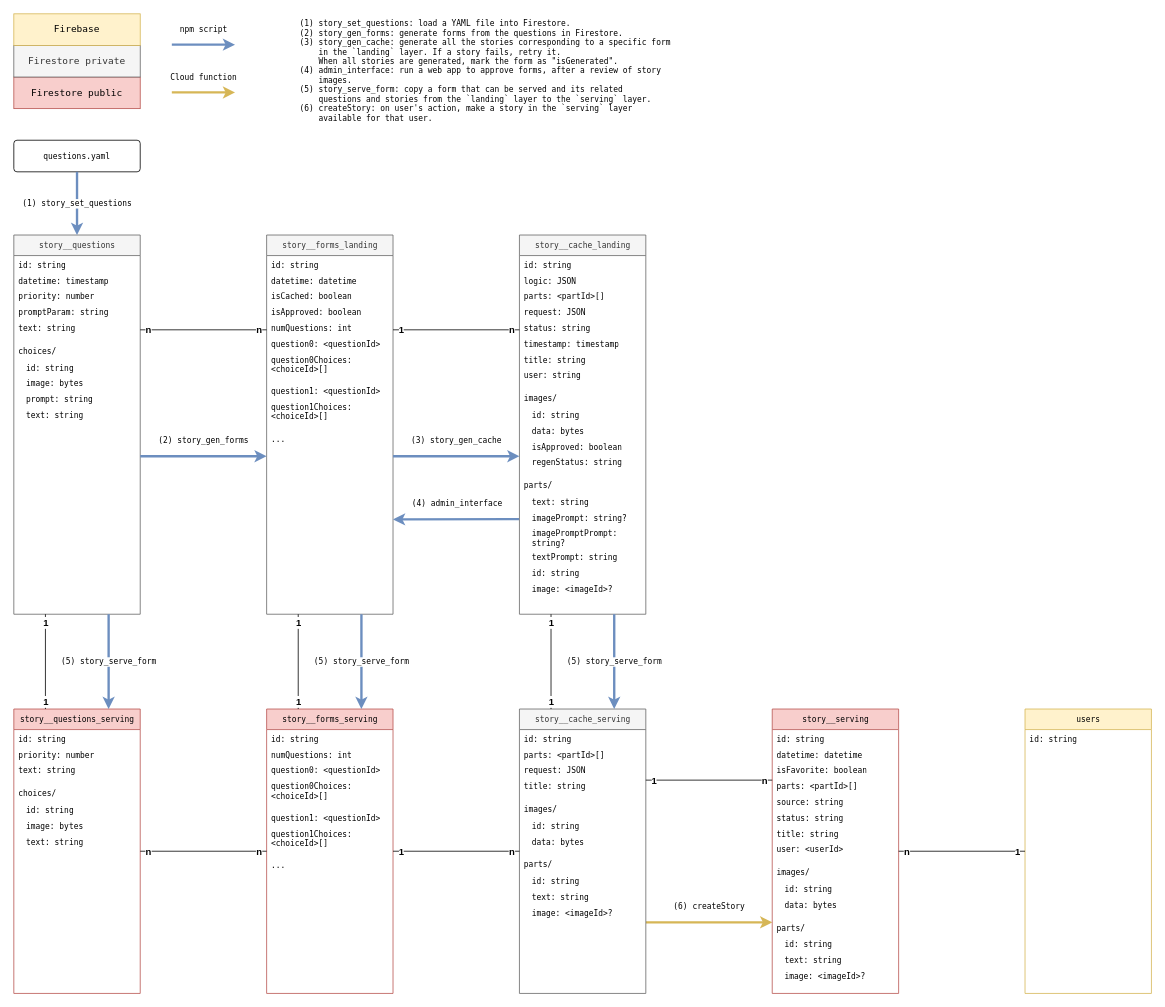
Above: doc/data_flow.drawio in AceZz/bedtime-writer (draw.io), before the change. Source tidied: cells renumbered, new cells numbered last; positions are measured from the earlier drawing's top-left corner, leaving out a move shared by most shapes. Both pictures are drawn from the tidied source at 79%, with x=0, y=0 at pixel (13, 13).
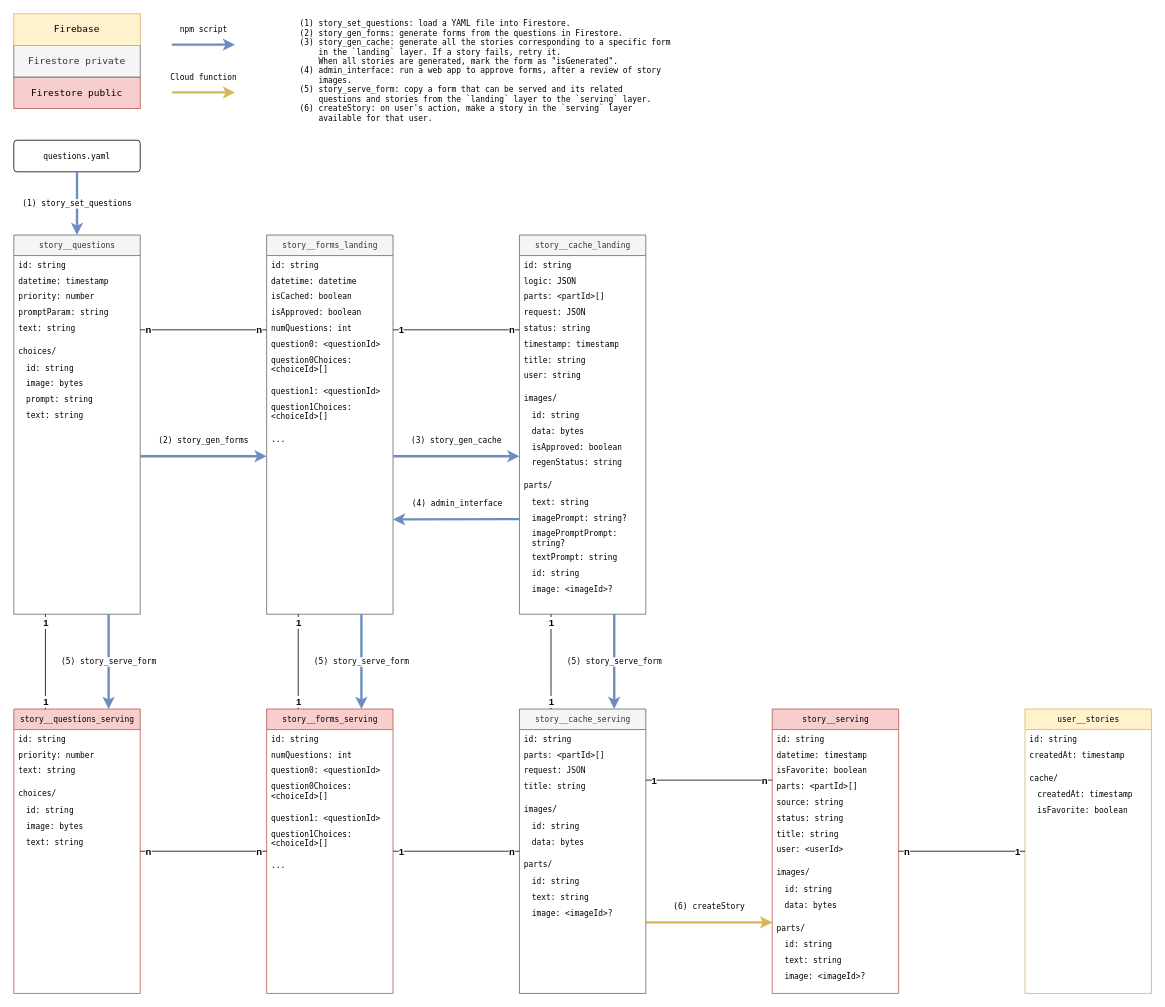
Above is the later version.

Unchanged cells that the change refers to:
```xml
<mxCell id="68" value="story__serving" style="swimlane;html=1;fontStyle=0;horizontal=1;startSize=26;swimlaneFillColor=#ffffff;rounded=0;shadow=0;comic=0;labelBackgroundColor=none;strokeWidth=1;fontFamily=Lucida Console;fontSize=10;align=center;fillColor=#f8cecc;strokeColor=#b85450;swimlaneLine=1;glass=0;" parent="1" vertex="1">
  <mxGeometry x="960" y="880" width="160" height="360" as="geometry" />
</mxCell>
```

The edit, as a diff of the source:
```diff
@@
-    <mxCell id="70" value="datetime: datetime" style="text;strokeColor=none;fillColor=none;align=left;verticalAlign=top;spacingLeft=4;spacingRight=4;overflow=hidden;whiteSpace=wrap;html=1;fontFamily=Lucida Console;fontSize=10;labelBackgroundColor=none;" parent="68" vertex="1">
+    <mxCell id="70" value="datetime: timestamp" style="text;strokeColor=none;fillColor=none;align=left;verticalAlign=top;spacingLeft=4;spacingRight=4;overflow=hidden;whiteSpace=wrap;html=1;fontFamily=Lucida Console;fontSize=10;labelBackgroundColor=none;" parent="68" vertex="1">
       <mxGeometry y="46" width="160" height="20" as="geometry" />
     </mxCell>
@@
-    <mxCell id="102" value="users" style="swimlane;html=1;fontStyle=0;horizontal=1;startSize=26;swimlaneFillColor=#ffffff;rounded=0;shadow=0;comic=0;labelBackgroundColor=none;strokeWidth=1;fontFamily=Lucida Console;fontSize=10;align=center;fillColor=#fff2cc;strokeColor=#d6b656;swimlaneLine=1;glass=0;" parent="1" vertex="1">
+    <mxCell id="102" value="user__stories" style="swimlane;html=1;fontStyle=0;horizontal=1;startSize=26;swimlaneFillColor=#ffffff;rounded=0;shadow=0;comic=0;labelBackgroundColor=none;strokeWidth=1;fontFamily=Lucida Console;fontSize=10;align=center;fillColor=#fff2cc;strokeColor=#d6b656;swimlaneLine=1;glass=0;" parent="1" vertex="1">
       <mxGeometry x="1280" y="880" width="160" height="360" as="geometry" />
     </mxCell>
@@
+    <mxCell id="142" value="createdAt: timestamp" style="text;strokeColor=none;fillColor=none;align=left;verticalAlign=top;spacingLeft=4;spacingRight=4;overflow=hidden;whiteSpace=wrap;html=1;fontFamily=Lucida Console;fontSize=10;labelBackgroundColor=none;" parent="102" vertex="1">
+      <mxGeometry y="46" width="160" height="20" as="geometry" />
+    </mxCell>
+    <mxCell id="143" value="cache/" style="text;strokeColor=none;fillColor=none;align=left;verticalAlign=bottom;spacingLeft=4;spacingRight=4;overflow=hidden;whiteSpace=wrap;html=1;fontFamily=Lucida Console;fontSize=10;labelBackgroundColor=none;" parent="102" vertex="1">
+      <mxGeometry y="66" width="160" height="30" as="geometry" />
+    </mxCell>
+    <mxCell id="144" value="createdAt: timestamp" style="text;strokeColor=none;fillColor=none;align=left;verticalAlign=top;spacingLeft=14;spacingRight=4;overflow=hidden;whiteSpace=wrap;html=1;fontFamily=Lucida Console;fontSize=10;labelBackgroundColor=none;" parent="102" vertex="1">
+      <mxGeometry y="96" width="160" height="20" as="geometry" />
+    </mxCell>
+    <mxCell id="145" value="isFavorite: boolean" style="text;strokeColor=none;fillColor=none;align=left;verticalAlign=top;spacingLeft=14;spacingRight=4;overflow=hidden;whiteSpace=wrap;html=1;fontFamily=Lucida Console;fontSize=10;labelBackgroundColor=none;" parent="102" vertex="1">
+      <mxGeometry y="116" width="160" height="20" as="geometry" />
+    </mxCell>
```
